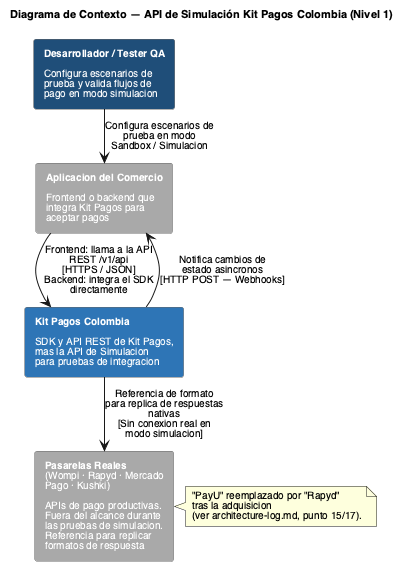
Before: docs/architecture/Simulador API/Context Diagram - C4.png, a diagram exported from PlantUML (PurosBrothers/Kit-Pagos-Colombia---Tesis). Source of this version:
```plantuml
@startuml Context Diagram - Simulador API
title Diagrama de Contexto — API de Simulación Kit Pagos Colombia (Nivel 1)
skinparam backgroundColor white
skinparam defaultFontName Helvetica
skinparam defaultFontSize 10
skinparam titleFontSize 11
skinparam rectangleFontSize 10
skinparam ArrowFontSize 10
skinparam NoteFontSize 10
skinparam wrapWidth 200
skinparam nodesep 12
skinparam ranksep 22
skinparam rectangle {
  BorderColor #666666
  ArrowColor #666666
  FontColor white
}

rectangle "**Desarrollador / Tester QA**\n\nConfigura escenarios de\nprueba y valida flujos de\npago en modo simulacion" as Dev #1F4E79
rectangle "**Aplicacion del Comercio**\n\nFrontend o backend que\nintegra Kit Pagos para\naceptar pagos" as Comercio #A9A9A9
rectangle "**Kit Pagos Colombia**\n\nSDK y API REST de Kit Pagos,\nmas la API de Simulacion\npara pruebas de integracion" as KitPagos #2E75B6
rectangle "**Pasarelas Reales**\n(Wompi · Rapyd · Mercado\nPago · Kushki)\n\nAPIs de pago productivas.\nFuera del alcance durante\nlas pruebas de simulacion.\nReferencia para replicar\nformatos de respuesta" as Pasarelas #A9A9A9

Dev --> Comercio : Configura escenarios de\nprueba en modo\nSandbox / Simulacion
Comercio --> KitPagos : Frontend: llama a la API\nREST /v1/api\n[HTTPS / JSON]\nBackend: integra el SDK\ndirectamente
Comercio <-- KitPagos : Notifica cambios de\nestado asincronos\n[HTTP POST — Webhooks]
KitPagos --> Pasarelas : Referencia de formato\npara replica de respuestas\nnativas\n[Sin conexion real en\nmodo simulacion]

note right of Pasarelas
  "PayU" reemplazado por "Rapyd"
  tras la adquisicion
  (ver architecture-log.md, punto 15/17).
end note

@enduml
```
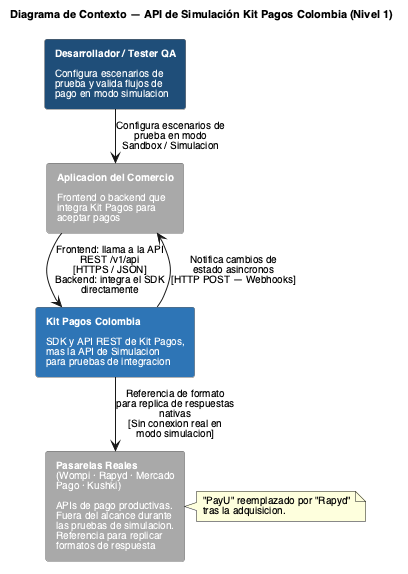
The same file after the commit.

Diff of the diagram source:
```diff
@@ -28,8 +28,7 @@
 
 note right of Pasarelas
   "PayU" reemplazado por "Rapyd"
-  tras la adquisicion
-  (ver architecture-log.md, punto 15/17).
+  tras la adquisicion.
 end note
 
 @enduml
```
